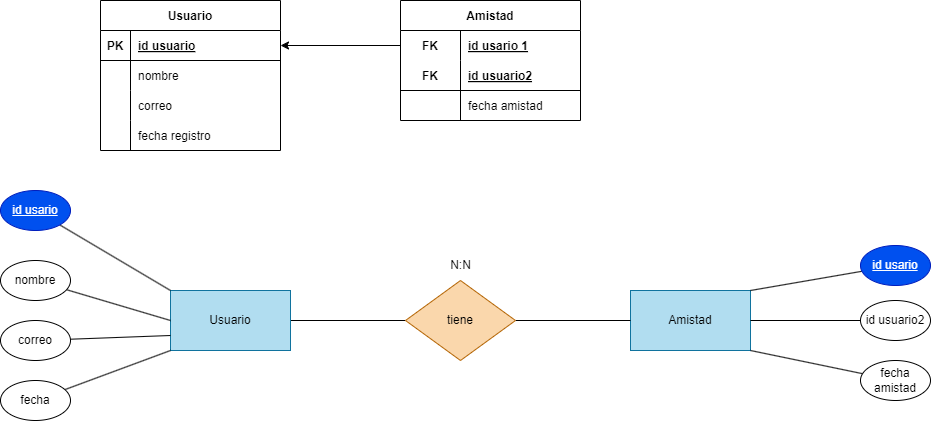
This is Tareas/Unidad2/ejercicio2.15.drawio.png from WhiteCascade/BAE, a draw.io export, as it was before one commit. Source tidied: cells renumbered, new cells last; positions are measured from the earlier drawing's top-left corner, leaving out a move shared by most shapes. Its diagram source:
```xml
<mxGraphModel>
  <root>
    <mxCell id="0" />
    <mxCell id="1" parent="0" />
    <mxCell id="2" style="edgeStyle=none;html=1;entryX=0;entryY=0.5;entryDx=0;entryDy=0;endArrow=none;endFill=0;" parent="1" edge="1" source="3" target="6">
      <mxGeometry relative="1" as="geometry" />
    </mxCell>
    <mxCell id="3" value="Usuario" style="rounded=0;whiteSpace=wrap;html=1;fillColor=#b1ddf0;strokeColor=#10739e;" parent="1" vertex="1">
      <mxGeometry x="170" y="290" width="120" height="60" as="geometry" />
    </mxCell>
    <mxCell id="4" value="Amistad" style="rounded=0;whiteSpace=wrap;html=1;fillColor=#b1ddf0;strokeColor=#10739e;" parent="1" vertex="1">
      <mxGeometry x="630" y="290" width="120" height="60" as="geometry" />
    </mxCell>
    <mxCell id="5" style="edgeStyle=none;html=1;entryX=0;entryY=0.5;entryDx=0;entryDy=0;endArrow=none;endFill=0;" parent="1" edge="1" source="6" target="4">
      <mxGeometry relative="1" as="geometry" />
    </mxCell>
    <mxCell id="6" value="tiene" style="rhombus;whiteSpace=wrap;html=1;fillColor=#fad7ac;strokeColor=#b46504;" parent="1" vertex="1">
      <mxGeometry x="405" y="280" width="110" height="80" as="geometry" />
    </mxCell>
    <mxCell id="7" value="Usuario" style="shape=table;startSize=30;rowLines=0;fontStyle=1;align=center;" parent="1" vertex="1">
      <mxGeometry x="100" width="180" height="150" as="geometry" />
    </mxCell>
    <mxCell id="8" style="shape=tableRow;horizontal=0;startSize=0;swimlaneHead=0;swimlaneBody=0;fillColor=none;points=[[0,0.5],[1,0.5]];portConstraint=eastwest;top=0;left=0;right=0;bottom=1;" parent="7" vertex="1">
      <mxGeometry y="30" width="180" height="30" as="geometry" />
    </mxCell>
    <mxCell id="9" value="PK" style="shape=partialRectangle;fillColor=none;top=0;left=0;bottom=0;right=0;fontStyle=1;overflow=hidden;" parent="8" vertex="1">
      <mxGeometry width="30" height="30" as="geometry" />
    </mxCell>
    <mxCell id="10" value="id usuario" style="shape=partialRectangle;fillColor=none;top=0;left=0;bottom=0;right=0;align=left;spacingLeft=6;fontStyle=5;overflow=hidden;" parent="8" vertex="1">
      <mxGeometry x="30" width="150" height="30" as="geometry" />
    </mxCell>
    <mxCell id="11" style="shape=tableRow;horizontal=0;startSize=0;swimlaneHead=0;swimlaneBody=0;fillColor=none;top=0;left=0;right=0;bottom=0;" parent="7" vertex="1">
      <mxGeometry y="60" width="180" height="30" as="geometry" />
    </mxCell>
    <mxCell id="12" style="shape=partialRectangle;fillColor=none;top=0;left=0;bottom=0;right=0;overflow=hidden;" parent="11" vertex="1">
      <mxGeometry width="30" height="30" as="geometry" />
    </mxCell>
    <mxCell id="13" value="nombre" style="shape=partialRectangle;fillColor=none;top=0;left=0;bottom=0;right=0;align=left;spacingLeft=6;overflow=hidden;" parent="11" vertex="1">
      <mxGeometry x="30" width="150" height="30" as="geometry" />
    </mxCell>
    <mxCell id="14" style="shape=tableRow;horizontal=0;startSize=0;swimlaneHead=0;swimlaneBody=0;fillColor=none;top=0;left=0;right=0;bottom=0;" parent="7" vertex="1">
      <mxGeometry y="90" width="180" height="30" as="geometry" />
    </mxCell>
    <mxCell id="15" style="shape=partialRectangle;fillColor=none;top=0;left=0;bottom=0;right=0;overflow=hidden;" parent="14" vertex="1">
      <mxGeometry width="30" height="30" as="geometry" />
    </mxCell>
    <mxCell id="16" value="correo" style="shape=partialRectangle;fillColor=none;top=0;left=0;bottom=0;right=0;align=left;spacingLeft=6;overflow=hidden;" parent="14" vertex="1">
      <mxGeometry x="30" width="150" height="30" as="geometry" />
    </mxCell>
    <mxCell id="17" style="shape=tableRow;horizontal=0;startSize=0;swimlaneHead=0;swimlaneBody=0;fillColor=none;top=0;left=0;right=0;bottom=0;" parent="7" vertex="1">
      <mxGeometry y="120" width="180" height="30" as="geometry" />
    </mxCell>
    <mxCell id="18" style="shape=partialRectangle;fillColor=none;top=0;left=0;bottom=0;right=0;overflow=hidden;" parent="17" vertex="1">
      <mxGeometry width="30" height="30" as="geometry" />
    </mxCell>
    <mxCell id="19" value="fecha registro" style="shape=partialRectangle;fillColor=none;top=0;left=0;bottom=0;right=0;align=left;spacingLeft=6;overflow=hidden;" parent="17" vertex="1">
      <mxGeometry x="30" width="150" height="30" as="geometry" />
    </mxCell>
    <mxCell id="20" value="Amistad" style="shape=table;startSize=30;rowLines=0;fontStyle=1;align=center;" parent="1" vertex="1">
      <mxGeometry x="400" width="180" height="120" as="geometry" />
    </mxCell>
    <mxCell id="21" style="shape=tableRow;horizontal=0;startSize=0;swimlaneHead=0;swimlaneBody=0;fillColor=none;points=[[0,0.5],[1,0.5]];portConstraint=eastwest;top=0;left=0;right=0;bottom=0;" parent="20" vertex="1">
      <mxGeometry y="30" width="180" height="30" as="geometry" />
    </mxCell>
    <mxCell id="22" value="FK" style="shape=partialRectangle;fillColor=none;top=0;left=0;bottom=0;right=0;fontStyle=1;overflow=hidden;" parent="21" vertex="1">
      <mxGeometry width="60" height="30" as="geometry" />
    </mxCell>
    <mxCell id="23" value="id usario 1" style="shape=partialRectangle;fillColor=none;top=0;left=0;bottom=0;right=0;align=left;spacingLeft=6;fontStyle=5;overflow=hidden;" parent="21" vertex="1">
      <mxGeometry x="60" width="120" height="30" as="geometry" />
    </mxCell>
    <mxCell id="24" style="shape=tableRow;horizontal=0;startSize=0;swimlaneHead=0;swimlaneBody=0;fillColor=none;top=0;left=0;right=0;bottom=1;" parent="20" vertex="1">
      <mxGeometry y="60" width="180" height="30" as="geometry" />
    </mxCell>
    <mxCell id="25" value="FK" style="shape=partialRectangle;fillColor=none;top=0;left=0;bottom=0;right=0;fontStyle=1;overflow=hidden;" parent="24" vertex="1">
      <mxGeometry width="60" height="30" as="geometry" />
    </mxCell>
    <mxCell id="26" value="id usuario2" style="shape=partialRectangle;fillColor=none;top=0;left=0;bottom=0;right=0;align=left;spacingLeft=6;fontStyle=5;overflow=hidden;" parent="24" vertex="1">
      <mxGeometry x="60" width="120" height="30" as="geometry" />
    </mxCell>
    <mxCell id="27" style="shape=tableRow;horizontal=0;startSize=0;swimlaneHead=0;swimlaneBody=0;fillColor=none;top=0;left=0;right=0;bottom=0;" parent="20" vertex="1">
      <mxGeometry y="90" width="180" height="30" as="geometry" />
    </mxCell>
    <mxCell id="28" style="shape=partialRectangle;fillColor=none;top=0;left=0;bottom=0;right=0;overflow=hidden;" parent="27" vertex="1">
      <mxGeometry width="60" height="30" as="geometry" />
    </mxCell>
    <mxCell id="29" value="fecha amistad" style="shape=partialRectangle;fillColor=none;top=0;left=0;bottom=0;right=0;align=left;spacingLeft=6;overflow=hidden;" parent="27" vertex="1">
      <mxGeometry x="60" width="120" height="30" as="geometry" />
    </mxCell>
    <mxCell id="30" style="edgeStyle=none;html=1;" parent="1" edge="1" source="21" target="8">
      <mxGeometry relative="1" as="geometry" />
    </mxCell>
    <mxCell id="31" value="N:N" style="text;html=1;align=center;verticalAlign=middle;strokeColor=none;fillColor=none;" parent="1" vertex="1">
      <mxGeometry x="440" y="250" width="40" height="30" as="geometry" />
    </mxCell>
    <mxCell id="32" style="edgeStyle=none;html=1;entryX=0;entryY=0;entryDx=0;entryDy=0;endArrow=none;endFill=0;" parent="1" edge="1" source="33" target="3">
      <mxGeometry relative="1" as="geometry" />
    </mxCell>
    <mxCell id="33" value="&lt;u&gt;id usario&lt;/u&gt;" style="ellipse;whiteSpace=wrap;html=1;fillColor=#0050ef;fontColor=#ffffff;strokeColor=#001DBC;" parent="1" vertex="1">
      <mxGeometry y="190" width="70" height="40" as="geometry" />
    </mxCell>
    <mxCell id="34" style="edgeStyle=none;html=1;entryX=0;entryY=0.75;entryDx=0;entryDy=0;endArrow=none;endFill=0;" parent="1" edge="1" source="35" target="3">
      <mxGeometry relative="1" as="geometry" />
    </mxCell>
    <mxCell id="35" value="correo" style="ellipse;whiteSpace=wrap;html=1;" parent="1" vertex="1">
      <mxGeometry y="320" width="70" height="40" as="geometry" />
    </mxCell>
    <mxCell id="36" style="edgeStyle=none;html=1;entryX=0;entryY=0.5;entryDx=0;entryDy=0;endArrow=none;endFill=0;" parent="1" edge="1" source="37" target="3">
      <mxGeometry relative="1" as="geometry" />
    </mxCell>
    <mxCell id="37" value="nombre" style="ellipse;whiteSpace=wrap;html=1;" parent="1" vertex="1">
      <mxGeometry y="260" width="70" height="40" as="geometry" />
    </mxCell>
    <mxCell id="38" style="edgeStyle=none;html=1;entryX=0;entryY=1;entryDx=0;entryDy=0;endArrow=none;endFill=0;" parent="1" edge="1" source="39" target="3">
      <mxGeometry relative="1" as="geometry" />
    </mxCell>
    <mxCell id="39" value="fecha" style="ellipse;whiteSpace=wrap;html=1;" parent="1" vertex="1">
      <mxGeometry y="380" width="70" height="40" as="geometry" />
    </mxCell>
    <mxCell id="40" style="edgeStyle=none;html=1;entryX=1;entryY=0;entryDx=0;entryDy=0;endArrow=none;endFill=0;" parent="1" edge="1" source="41" target="4">
      <mxGeometry relative="1" as="geometry" />
    </mxCell>
    <mxCell id="41" value="&lt;u&gt;id usario&lt;/u&gt;" style="ellipse;whiteSpace=wrap;html=1;fillColor=#0050ef;fontColor=#ffffff;strokeColor=#001DBC;" parent="1" vertex="1">
      <mxGeometry x="860" y="245" width="70" height="40" as="geometry" />
    </mxCell>
    <mxCell id="42" style="edgeStyle=none;html=1;endArrow=none;endFill=0;entryX=1;entryY=1;entryDx=0;entryDy=0;" parent="1" edge="1" source="43" target="4">
      <mxGeometry relative="1" as="geometry" />
    </mxCell>
    <mxCell id="43" value="fecha amistad" style="ellipse;whiteSpace=wrap;html=1;" parent="1" vertex="1">
      <mxGeometry x="860" y="360" width="70" height="40" as="geometry" />
    </mxCell>
    <mxCell id="44" style="edgeStyle=none;html=1;entryX=1;entryY=0.5;entryDx=0;entryDy=0;endArrow=none;endFill=0;" parent="1" edge="1" source="45" target="4">
      <mxGeometry relative="1" as="geometry" />
    </mxCell>
    <mxCell id="45" value="id usuario2" style="ellipse;whiteSpace=wrap;html=1;" parent="1" vertex="1">
      <mxGeometry x="860" y="300" width="70" height="40" as="geometry" />
    </mxCell>
  </root>
</mxGraphModel>
```
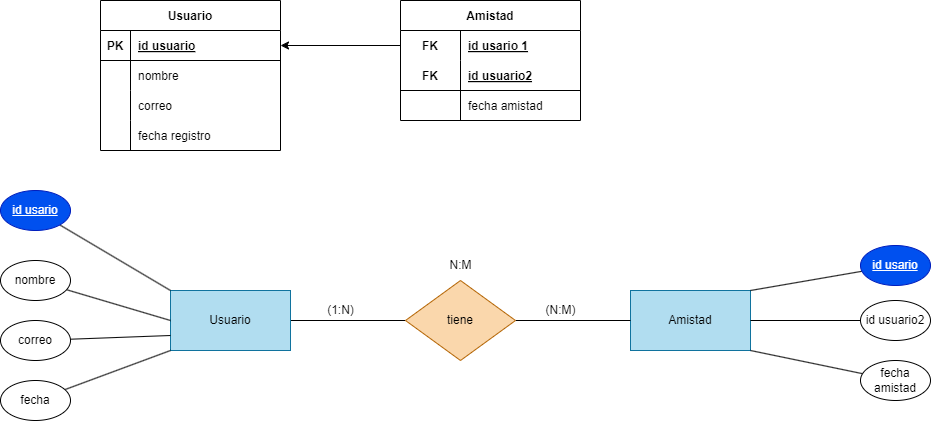
The same file after the commit.

What changed in the source:
```diff
@@ -89,8 +89,8 @@
     <mxCell id="30" style="edgeStyle=none;html=1;" parent="1" edge="1" source="21" target="8">
       <mxGeometry relative="1" as="geometry" />
     </mxCell>
-    <mxCell id="31" value="N:N" style="text;html=1;align=center;verticalAlign=middle;strokeColor=none;fillColor=none;" parent="1" vertex="1">
-      <mxGeometry x="440" y="250" width="40" height="30" as="geometry" />
+    <mxCell id="31" value="N:M" style="text;html=1;align=center;verticalAlign=middle;strokeColor=none;fillColor=none;" parent="1" vertex="1">
+      <mxGeometry x="435" y="250" width="50" height="30" as="geometry" />
     </mxCell>
     <mxCell id="32" style="edgeStyle=none;html=1;entryX=0;entryY=0;entryDx=0;entryDy=0;endArrow=none;endFill=0;" parent="1" edge="1" source="33" target="3">
       <mxGeometry relative="1" as="geometry" />
@@ -134,5 +134,11 @@
     <mxCell id="45" value="id usuario2" style="ellipse;whiteSpace=wrap;html=1;" parent="1" vertex="1">
       <mxGeometry x="860" y="300" width="70" height="40" as="geometry" />
     </mxCell>
+    <mxCell id="46" value="(1:N)" style="text;html=1;align=center;verticalAlign=middle;strokeColor=none;fillColor=none;" parent="1" vertex="1">
+      <mxGeometry x="315" y="295" width="50" height="30" as="geometry" />
+    </mxCell>
+    <mxCell id="47" value="(N:M)" style="text;html=1;align=center;verticalAlign=middle;strokeColor=none;fillColor=none;" parent="1" vertex="1">
+      <mxGeometry x="535" y="295" width="50" height="30" as="geometry" />
+    </mxCell>
   </root>
 </mxGraphModel>
```
